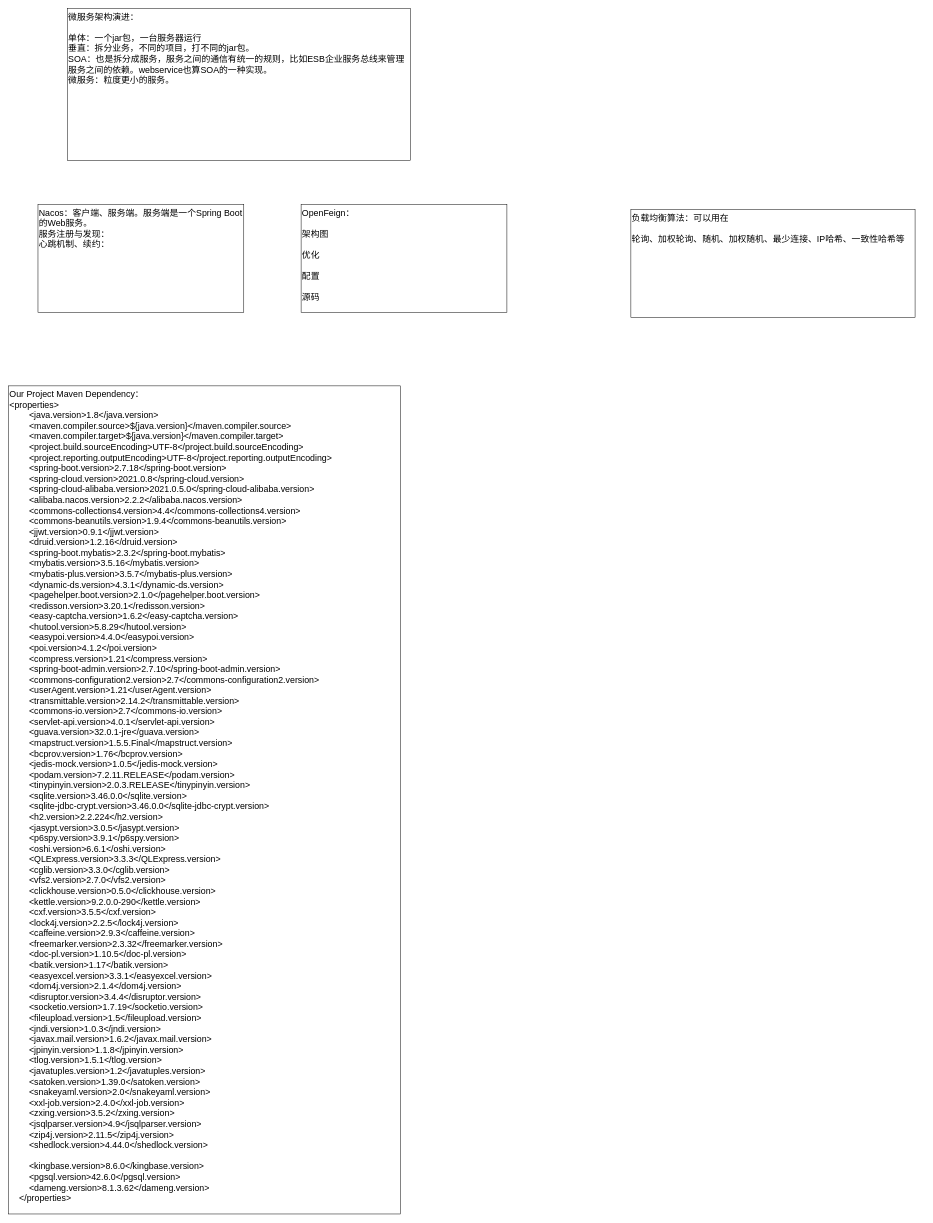
KGwolf/MyDraw keeps this draw.io diagram as JAVA/微服务.drawio. Above is the earlier version. Source tidied: cells renumbered, new cells numbered last; positions are measured from the earlier drawing's top-left corner, leaving out a move shared by most shapes. Both pictures are drawn from the tidied source at 49%, with x=0, y=0 at pixel (8, 8).
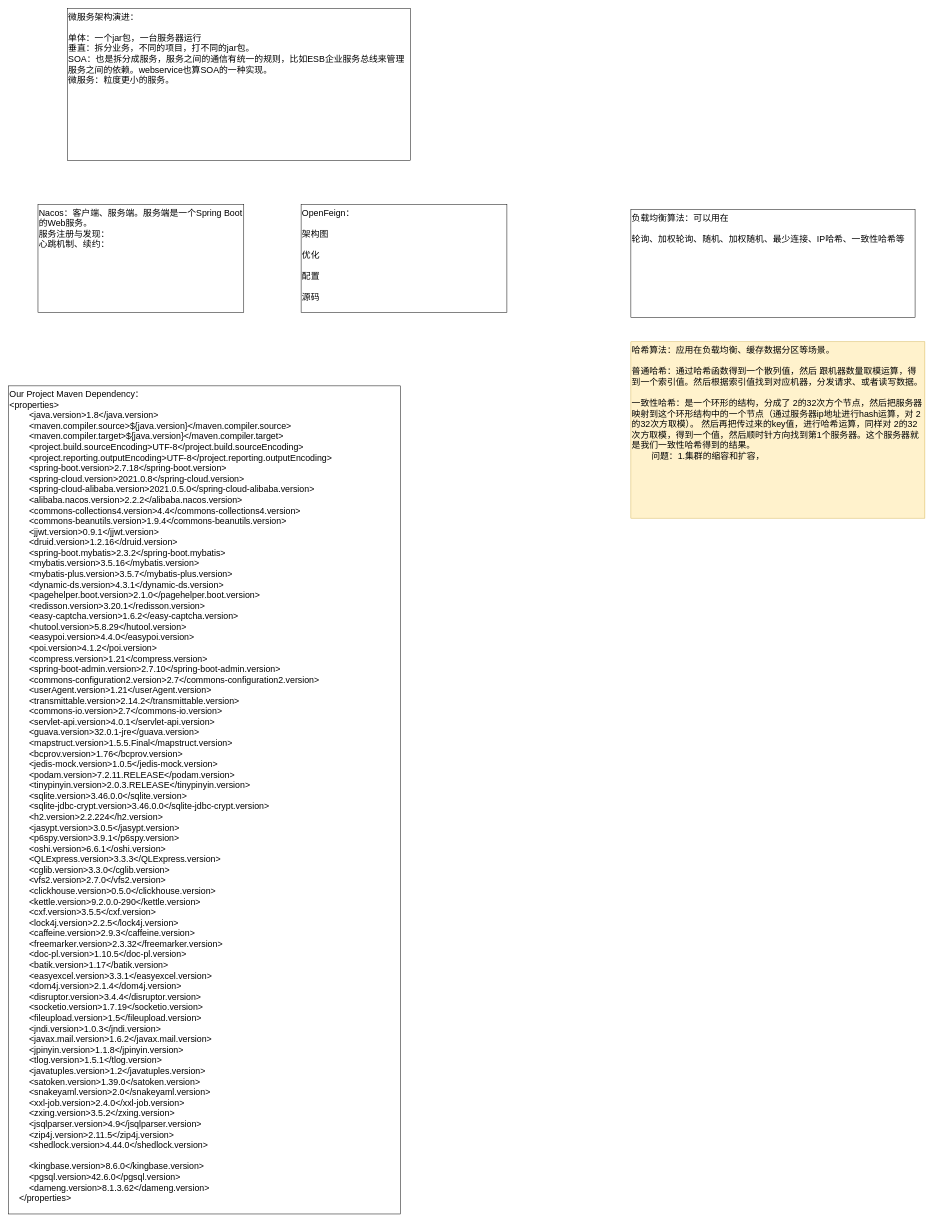
After the change.

Commit message:
更新微服务.drawio

Change to the diagram source:
```diff
@@
 <mxGraphModel>
   <root>
     <mxCell id="0" />
     <mxCell id="1" parent="0" />
     <mxCell id="2" value="Nacos：客户端、服务端。服务端是一个Spring Boot的Web服务。&lt;div&gt;服务注册与发现：&lt;/div&gt;&lt;div&gt;心跳机制、续约：&lt;br&gt;&lt;div&gt;&lt;br&gt;&lt;/div&gt;&lt;/div&gt;" style="rounded=0;whiteSpace=wrap;html=1;fontSize=18;verticalAlign=top;align=left;" parent="1" vertex="1">
       <mxGeometry x="60" y="400" width="420" height="220" as="geometry" />
     </mxCell>
     <mxCell id="3" value="&lt;div&gt;OpenFeign：&lt;/div&gt;&lt;div&gt;&lt;br&gt;&lt;/div&gt;&lt;div&gt;架构图&lt;/div&gt;&lt;div&gt;&lt;br&gt;&lt;/div&gt;&lt;div&gt;优化&lt;/div&gt;&lt;div&gt;&lt;br&gt;&lt;/div&gt;&lt;div&gt;配置&lt;/div&gt;&lt;div&gt;&lt;br&gt;&lt;/div&gt;&lt;div&gt;源码&lt;/div&gt;" style="rounded=0;whiteSpace=wrap;html=1;fontSize=18;verticalAlign=top;align=left;" parent="1" vertex="1">
       <mxGeometry x="597" y="400" width="420" height="220" as="geometry" />
     </mxCell>
     <mxCell id="4" value="Our Project Maven Dependency：&lt;div&gt;&lt;div&gt;&amp;lt;properties&amp;gt;&lt;/div&gt;&lt;div&gt;&amp;nbsp; &amp;nbsp; &amp;nbsp; &amp;nbsp; &amp;lt;java.version&amp;gt;1.8&amp;lt;/java.version&amp;gt;&lt;/div&gt;&lt;div&gt;&amp;nbsp; &amp;nbsp; &amp;nbsp; &amp;nbsp; &amp;lt;maven.compiler.source&amp;gt;${java.version}&amp;lt;/maven.compiler.source&amp;gt;&lt;/div&gt;&lt;div&gt;&amp;nbsp; &amp;nbsp; &amp;nbsp; &amp;nbsp; &amp;lt;maven.compiler.target&amp;gt;${java.version}&amp;lt;/maven.compiler.target&amp;gt;&lt;/div&gt;&lt;div&gt;&amp;nbsp; &amp;nbsp; &amp;nbsp; &amp;nbsp; &amp;lt;project.build.sourceEncoding&amp;gt;UTF-8&amp;lt;/project.build.sourceEncoding&amp;gt;&lt;/div&gt;&lt;div&gt;&amp;nbsp; &amp;nbsp; &amp;nbsp; &amp;nbsp; &amp;lt;project.reporting.outputEncoding&amp;gt;UTF-8&amp;lt;/project.reporting.outputEncoding&amp;gt;&lt;/div&gt;&lt;div&gt;&amp;nbsp; &amp;nbsp; &amp;nbsp; &amp;nbsp; &amp;lt;spring-boot.version&amp;gt;2.7.18&amp;lt;/spring-boot.version&amp;gt;&lt;/div&gt;&lt;div&gt;&amp;nbsp; &amp;nbsp; &amp;nbsp; &amp;nbsp; &amp;lt;spring-cloud.version&amp;gt;2021.0.8&amp;lt;/spring-cloud.version&amp;gt;&lt;/div&gt;&lt;div&gt;&amp;nbsp; &amp;nbsp; &amp;nbsp; &amp;nbsp; &amp;lt;spring-cloud-alibaba.version&amp;gt;2021.0.5.0&amp;lt;/spring-cloud-alibaba.version&amp;gt;&lt;/div&gt;&lt;div&gt;&amp;nbsp; &amp;nbsp; &amp;nbsp; &amp;nbsp; &amp;lt;alibaba.nacos.version&amp;gt;2.2.2&amp;lt;/alibaba.nacos.version&amp;gt;&lt;/div&gt;&lt;div&gt;&amp;nbsp; &amp;nbsp; &amp;nbsp; &amp;nbsp; &amp;lt;commons-collections4.version&amp;gt;4.4&amp;lt;/commons-collections4.version&amp;gt;&lt;/div&gt;&lt;div&gt;&amp;nbsp; &amp;nbsp; &amp;nbsp; &amp;nbsp; &amp;lt;commons-beanutils.version&amp;gt;1.9.4&amp;lt;/commons-beanutils.version&amp;gt;&lt;/div&gt;&lt;div&gt;&amp;nbsp; &amp;nbsp; &amp;nbsp; &amp;nbsp; &amp;lt;jjwt.version&amp;gt;0.9.1&amp;lt;/jjwt.version&amp;gt;&lt;/div&gt;&lt;div&gt;&amp;nbsp; &amp;nbsp; &amp;nbsp; &amp;nbsp; &amp;lt;druid.version&amp;gt;1.2.16&amp;lt;/druid.version&amp;gt;&lt;/div&gt;&lt;div&gt;&amp;nbsp; &amp;nbsp; &amp;nbsp; &amp;nbsp; &amp;lt;spring-boot.mybatis&amp;gt;2.3.2&amp;lt;/spring-boot.mybatis&amp;gt;&lt;/div&gt;&lt;div&gt;&amp;nbsp; &amp;nbsp; &amp;nbsp; &amp;nbsp; &amp;lt;mybatis.version&amp;gt;3.5.16&amp;lt;/mybatis.version&amp;gt;&lt;/div&gt;&lt;div&gt;&amp;nbsp; &amp;nbsp; &amp;nbsp; &amp;nbsp; &amp;lt;mybatis-plus.version&amp;gt;3.5.7&amp;lt;/mybatis-plus.version&amp;gt;&lt;/div&gt;&lt;div&gt;&amp;nbsp; &amp;nbsp; &amp;nbsp; &amp;nbsp; &amp;lt;dynamic-ds.version&amp;gt;4.3.1&amp;lt;/dynamic-ds.version&amp;gt;&lt;/div&gt;&lt;div&gt;&amp;nbsp; &amp;nbsp; &amp;nbsp; &amp;nbsp; &amp;lt;pagehelper.boot.version&amp;gt;2.1.0&amp;lt;/pagehelper.boot.version&amp;gt;&lt;/div&gt;&lt;div&gt;&amp;nbsp; &amp;nbsp; &amp;nbsp; &amp;nbsp; &amp;lt;redisson.version&amp;gt;3.20.1&amp;lt;/redisson.version&amp;gt;&lt;/div&gt;&lt;div&gt;&amp;nbsp; &amp;nbsp; &amp;nbsp; &amp;nbsp; &amp;lt;easy-captcha.version&amp;gt;1.6.2&amp;lt;/easy-captcha.version&amp;gt;&lt;/div&gt;&lt;div&gt;&amp;nbsp; &amp;nbsp; &amp;nbsp; &amp;nbsp; &amp;lt;hutool.version&amp;gt;5.8.29&amp;lt;/hutool.version&amp;gt;&lt;/div&gt;&lt;div&gt;&amp;nbsp; &amp;nbsp; &amp;nbsp; &amp;nbsp; &amp;lt;easypoi.version&amp;gt;4.4.0&amp;lt;/easypoi.version&amp;gt;&lt;/div&gt;&lt;div&gt;&amp;nbsp; &amp;nbsp; &amp;nbsp; &amp;nbsp; &amp;lt;poi.version&amp;gt;4.1.2&amp;lt;/poi.version&amp;gt;&lt;/div&gt;&lt;div&gt;&amp;nbsp; &amp;nbsp; &amp;nbsp; &amp;nbsp; &amp;lt;compress.version&amp;gt;1.21&amp;lt;/compress.version&amp;gt;&lt;/div&gt;&lt;div&gt;&amp;nbsp; &amp;nbsp; &amp;nbsp; &amp;nbsp; &amp;lt;spring-boot-admin.version&amp;gt;2.7.10&amp;lt;/spring-boot-admin.version&amp;gt;&lt;/div&gt;&lt;div&gt;&amp;nbsp; &amp;nbsp; &amp;nbsp; &amp;nbsp; &amp;lt;commons-configuration2.version&amp;gt;2.7&amp;lt;/commons-configuration2.version&amp;gt;&lt;/div&gt;&lt;div&gt;&amp;nbsp; &amp;nbsp; &amp;nbsp; &amp;nbsp; &amp;lt;userAgent.version&amp;gt;1.21&amp;lt;/userAgent.version&amp;gt;&lt;/div&gt;&lt;div&gt;&amp;nbsp; &amp;nbsp; &amp;nbsp; &amp;nbsp; &amp;lt;transmittable.version&amp;gt;2.14.2&amp;lt;/transmittable.version&amp;gt;&lt;/div&gt;&lt;div&gt;&amp;nbsp; &amp;nbsp; &amp;nbsp; &amp;nbsp; &amp;lt;commons-io.version&amp;gt;2.7&amp;lt;/commons-io.version&amp;gt;&lt;/div&gt;&lt;div&gt;&amp;nbsp; &amp;nbsp; &amp;nbsp; &amp;nbsp; &amp;lt;servlet-api.version&amp;gt;4.0.1&amp;lt;/servlet-api.version&amp;gt;&lt;/div&gt;&lt;div&gt;&amp;nbsp; &amp;nbsp; &amp;nbsp; &amp;nbsp; &amp;lt;guava.version&amp;gt;32.0.1-jre&amp;lt;/guava.version&amp;gt;&lt;/div&gt;&lt;div&gt;&amp;nbsp; &amp;nbsp; &amp;nbsp; &amp;nbsp; &amp;lt;mapstruct.version&amp;gt;1.5.5.Final&amp;lt;/mapstruct.version&amp;gt;&lt;/div&gt;&lt;div&gt;&amp;nbsp; &amp;nbsp; &amp;nbsp; &amp;nbsp; &amp;lt;bcprov.version&amp;gt;1.76&amp;lt;/bcprov.version&amp;gt;&lt;/div&gt;&lt;div&gt;&amp;nbsp; &amp;nbsp; &amp;nbsp; &amp;nbsp; &amp;lt;jedis-mock.version&amp;gt;1.0.5&amp;lt;/jedis-mock.version&amp;gt;&lt;/div&gt;&lt;div&gt;&amp;nbsp; &amp;nbsp; &amp;nbsp; &amp;nbsp; &amp;lt;podam.version&amp;gt;7.2.11.RELEASE&amp;lt;/podam.version&amp;gt;&lt;/div&gt;&lt;div&gt;&amp;nbsp; &amp;nbsp; &amp;nbsp; &amp;nbsp; &amp;lt;tinypinyin.version&amp;gt;2.0.3.RELEASE&amp;lt;/tinypinyin.version&amp;gt;&lt;/div&gt;&lt;div&gt;&amp;nbsp; &amp;nbsp; &amp;nbsp; &amp;nbsp; &amp;lt;sqlite.version&amp;gt;3.46.0.0&amp;lt;/sqlite.version&amp;gt;&lt;/div&gt;&lt;div&gt;&amp;nbsp; &amp;nbsp; &amp;nbsp; &amp;nbsp; &amp;lt;sqlite-jdbc-crypt.version&amp;gt;3.46.0.0&amp;lt;/sqlite-jdbc-crypt.version&amp;gt;&lt;/div&gt;&lt;div&gt;&amp;nbsp; &amp;nbsp; &amp;nbsp; &amp;nbsp; &amp;lt;h2.version&amp;gt;2.2.224&amp;lt;/h2.version&amp;gt;&lt;/div&gt;&lt;div&gt;&amp;nbsp; &amp;nbsp; &amp;nbsp; &amp;nbsp; &amp;lt;jasypt.version&amp;gt;3.0.5&amp;lt;/jasypt.version&amp;gt;&lt;/div&gt;&lt;div&gt;&amp;nbsp; &amp;nbsp; &amp;nbsp; &amp;nbsp; &amp;lt;p6spy.version&amp;gt;3.9.1&amp;lt;/p6spy.version&amp;gt;&lt;/div&gt;&lt;div&gt;&amp;nbsp; &amp;nbsp; &amp;nbsp; &amp;nbsp; &amp;lt;oshi.version&amp;gt;6.6.1&amp;lt;/oshi.version&amp;gt;&lt;/div&gt;&lt;div&gt;&amp;nbsp; &amp;nbsp; &amp;nbsp; &amp;nbsp; &amp;lt;QLExpress.version&amp;gt;3.3.3&amp;lt;/QLExpress.version&amp;gt;&lt;/div&gt;&lt;div&gt;&amp;nbsp; &amp;nbsp; &amp;nbsp; &amp;nbsp; &amp;lt;cglib.version&amp;gt;3.3.0&amp;lt;/cglib.version&amp;gt;&lt;/div&gt;&lt;div&gt;&amp;nbsp; &amp;nbsp; &amp;nbsp; &amp;nbsp; &amp;lt;vfs2.version&amp;gt;2.7.0&amp;lt;/vfs2.version&amp;gt;&lt;/div&gt;&lt;div&gt;&amp;nbsp; &amp;nbsp; &amp;nbsp; &amp;nbsp; &amp;lt;clickhouse.version&amp;gt;0.5.0&amp;lt;/clickhouse.version&amp;gt;&lt;/div&gt;&lt;div&gt;&amp;nbsp; &amp;nbsp; &amp;nbsp; &amp;nbsp; &amp;lt;kettle.version&amp;gt;9.2.0.0-290&amp;lt;/kettle.version&amp;gt;&lt;/div&gt;&lt;div&gt;&amp;nbsp; &amp;nbsp; &amp;nbsp; &amp;nbsp; &amp;lt;cxf.version&amp;gt;3.5.5&amp;lt;/cxf.version&amp;gt;&lt;/div&gt;&lt;div&gt;&amp;nbsp; &amp;nbsp; &amp;nbsp; &amp;nbsp; &amp;lt;lock4j.version&amp;gt;2.2.5&amp;lt;/lock4j.version&amp;gt;&lt;/div&gt;&lt;div&gt;&amp;nbsp; &amp;nbsp; &amp;nbsp; &amp;nbsp; &amp;lt;caffeine.version&amp;gt;2.9.3&amp;lt;/caffeine.version&amp;gt;&lt;/div&gt;&lt;div&gt;&amp;nbsp; &amp;nbsp; &amp;nbsp; &amp;nbsp; &amp;lt;freemarker.version&amp;gt;2.3.32&amp;lt;/freemarker.version&amp;gt;&lt;/div&gt;&lt;div&gt;&amp;nbsp; &amp;nbsp; &amp;nbsp; &amp;nbsp; &amp;lt;doc-pl.version&amp;gt;1.10.5&amp;lt;/doc-pl.version&amp;gt;&lt;/div&gt;&lt;div&gt;&amp;nbsp; &amp;nbsp; &amp;nbsp; &amp;nbsp; &amp;lt;batik.version&amp;gt;1.17&amp;lt;/batik.version&amp;gt;&lt;/div&gt;&lt;div&gt;&amp;nbsp; &amp;nbsp; &amp;nbsp; &amp;nbsp; &amp;lt;easyexcel.version&amp;gt;3.3.1&amp;lt;/easyexcel.version&amp;gt;&lt;/div&gt;&lt;div&gt;&amp;nbsp; &amp;nbsp; &amp;nbsp; &amp;nbsp; &amp;lt;dom4j.version&amp;gt;2.1.4&amp;lt;/dom4j.version&amp;gt;&lt;/div&gt;&lt;div&gt;&amp;nbsp; &amp;nbsp; &amp;nbsp; &amp;nbsp; &amp;lt;disruptor.version&amp;gt;3.4.4&amp;lt;/disruptor.version&amp;gt;&lt;/div&gt;&lt;div&gt;&amp;nbsp; &amp;nbsp; &amp;nbsp; &amp;nbsp; &amp;lt;socketio.version&amp;gt;1.7.19&amp;lt;/socketio.version&amp;gt;&lt;/div&gt;&lt;div&gt;&amp;nbsp; &amp;nbsp; &amp;nbsp; &amp;nbsp; &amp;lt;fileupload.version&amp;gt;1.5&amp;lt;/fileupload.version&amp;gt;&lt;/div&gt;&lt;div&gt;&amp;nbsp; &amp;nbsp; &amp;nbsp; &amp;nbsp; &amp;lt;jndi.version&amp;gt;1.0.3&amp;lt;/jndi.version&amp;gt;&lt;/div&gt;&lt;div&gt;&amp;nbsp; &amp;nbsp; &amp;nbsp; &amp;nbsp; &amp;lt;javax.mail.version&amp;gt;1.6.2&amp;lt;/javax.mail.version&amp;gt;&lt;/div&gt;&lt;div&gt;&amp;nbsp; &amp;nbsp; &amp;nbsp; &amp;nbsp; &amp;lt;jpinyin.version&amp;gt;1.1.8&amp;lt;/jpinyin.version&amp;gt;&lt;/div&gt;&lt;div&gt;&amp;nbsp; &amp;nbsp; &amp;nbsp; &amp;nbsp; &amp;lt;tlog.version&amp;gt;1.5.1&amp;lt;/tlog.version&amp;gt;&lt;/div&gt;&lt;div&gt;&amp;nbsp; &amp;nbsp; &amp;nbsp; &amp;nbsp; &amp;lt;javatuples.version&amp;gt;1.2&amp;lt;/javatuples.version&amp;gt;&lt;/div&gt;&lt;div&gt;&amp;nbsp; &amp;nbsp; &amp;nbsp; &amp;nbsp; &amp;lt;satoken.version&amp;gt;1.39.0&amp;lt;/satoken.version&amp;gt;&lt;/div&gt;&lt;div&gt;&amp;nbsp; &amp;nbsp; &amp;nbsp; &amp;nbsp; &amp;lt;snakeyaml.version&amp;gt;2.0&amp;lt;/snakeyaml.version&amp;gt;&lt;/div&gt;&lt;div&gt;&amp;nbsp; &amp;nbsp; &amp;nbsp; &amp;nbsp; &amp;lt;xxl-job.version&amp;gt;2.4.0&amp;lt;/xxl-job.version&amp;gt;&lt;/div&gt;&lt;div&gt;&amp;nbsp; &amp;nbsp; &amp;nbsp; &amp;nbsp; &amp;lt;zxing.version&amp;gt;3.5.2&amp;lt;/zxing.version&amp;gt;&lt;/div&gt;&lt;div&gt;&amp;nbsp; &amp;nbsp; &amp;nbsp; &amp;nbsp; &amp;lt;jsqlparser.version&amp;gt;4.9&amp;lt;/jsqlparser.version&amp;gt;&lt;/div&gt;&lt;div&gt;&amp;nbsp; &amp;nbsp; &amp;nbsp; &amp;nbsp; &amp;lt;zip4j.version&amp;gt;2.11.5&amp;lt;/zip4j.version&amp;gt;&lt;/div&gt;&lt;div&gt;&amp;nbsp; &amp;nbsp; &amp;nbsp; &amp;nbsp; &amp;lt;shedlock.version&amp;gt;4.44.0&amp;lt;/shedlock.version&amp;gt;&lt;/div&gt;&lt;div&gt;&lt;br&gt;&lt;/div&gt;&lt;div&gt;&amp;nbsp; &amp;nbsp; &amp;nbsp; &amp;nbsp; &amp;lt;kingbase.version&amp;gt;8.6.0&amp;lt;/kingbase.version&amp;gt;&lt;/div&gt;&lt;div&gt;&amp;nbsp; &amp;nbsp; &amp;nbsp; &amp;nbsp; &amp;lt;pgsql.version&amp;gt;42.6.0&amp;lt;/pgsql.version&amp;gt;&lt;/div&gt;&lt;div&gt;&amp;nbsp; &amp;nbsp; &amp;nbsp; &amp;nbsp; &amp;lt;dameng.version&amp;gt;8.1.3.62&amp;lt;/dameng.version&amp;gt;&lt;/div&gt;&lt;div&gt;&amp;nbsp; &amp;nbsp; &amp;lt;/properties&amp;gt;&lt;/div&gt;&lt;div&gt;&lt;br&gt;&lt;/div&gt;&lt;/div&gt;" style="rounded=0;whiteSpace=wrap;html=1;fontSize=18;verticalAlign=top;align=left;" parent="1" vertex="1">
       <mxGeometry y="770" width="800" height="1690" as="geometry" />
     </mxCell>
     <mxCell id="5" value="微服务架构演进：&lt;div&gt;&lt;br&gt;&lt;/div&gt;&lt;div&gt;单体：一个jar包，一台服务器运行&lt;/div&gt;&lt;div&gt;垂直：拆分业务，不同的项目，打不同的jar包。&lt;/div&gt;&lt;div&gt;SOA：也是拆分成服务，服务之间的通信有统一的规则，比如ESB企业服务总线来管理服务之间的依赖。webservice也算SOA的一种实现。&lt;/div&gt;&lt;div&gt;微服务：粒度更小的服务。&lt;br&gt;&lt;div&gt;&lt;br&gt;&lt;/div&gt;&lt;/div&gt;" style="rounded=0;whiteSpace=wrap;html=1;fontSize=18;verticalAlign=top;align=left;" parent="1" vertex="1">
       <mxGeometry x="120" width="700" height="310" as="geometry" />
     </mxCell>
     <mxCell id="6" value="&lt;div&gt;负载均衡算法：可以用在&lt;/div&gt;&lt;div&gt;&lt;br&gt;&lt;/div&gt;&lt;div&gt;轮询、加权轮询、随机、加权随机、最少连接、IP哈希、一致性哈希等&lt;/div&gt;" style="rounded=0;whiteSpace=wrap;html=1;fontSize=18;verticalAlign=top;align=left;" parent="1" vertex="1">
       <mxGeometry x="1270" y="410" width="580" height="220" as="geometry" />
     </mxCell>
+    <mxCell id="7" value="&lt;div&gt;哈希算法：应用在负载均衡、缓存数据分区等场景。&lt;/div&gt;&lt;div&gt;&lt;br&gt;&lt;/div&gt;&lt;div&gt;普通哈希：通过哈希函数得到一个散列值，然后 跟机器数量取模运算，得到一个索引值。然后根据索引值找到对应机器，分发请求、或者读写数据。&lt;/div&gt;&lt;div&gt;&lt;br&gt;&lt;/div&gt;一致性哈希：是一个环形的结构，分成了 2的32次方个节点，然后把服务器映射到这个环形结构中的一个节点（通过服务器ip地址进行hash运算，对 2的32次方取模）。 然后再把传过来的key值，进行哈希运算，同样对 2的32次方取模，得到一个值，然后顺时针方向找到第1个服务器。这个服务器就是我们一致性哈希得到的结果。&lt;div&gt;&lt;span style=&quot;white-space: pre;&quot;&gt;&#9;&lt;/span&gt;问题：1.集群的缩容和扩容，&lt;br&gt;&lt;/div&gt;" style="rounded=0;whiteSpace=wrap;html=1;fontSize=18;verticalAlign=top;align=left;fillColor=#fff2cc;strokeColor=#d6b656;" parent="1" vertex="1">
+      <mxGeometry x="1270" y="680" width="600" height="360" as="geometry" />
+    </mxCell>
   </root>
 </mxGraphModel>
```
